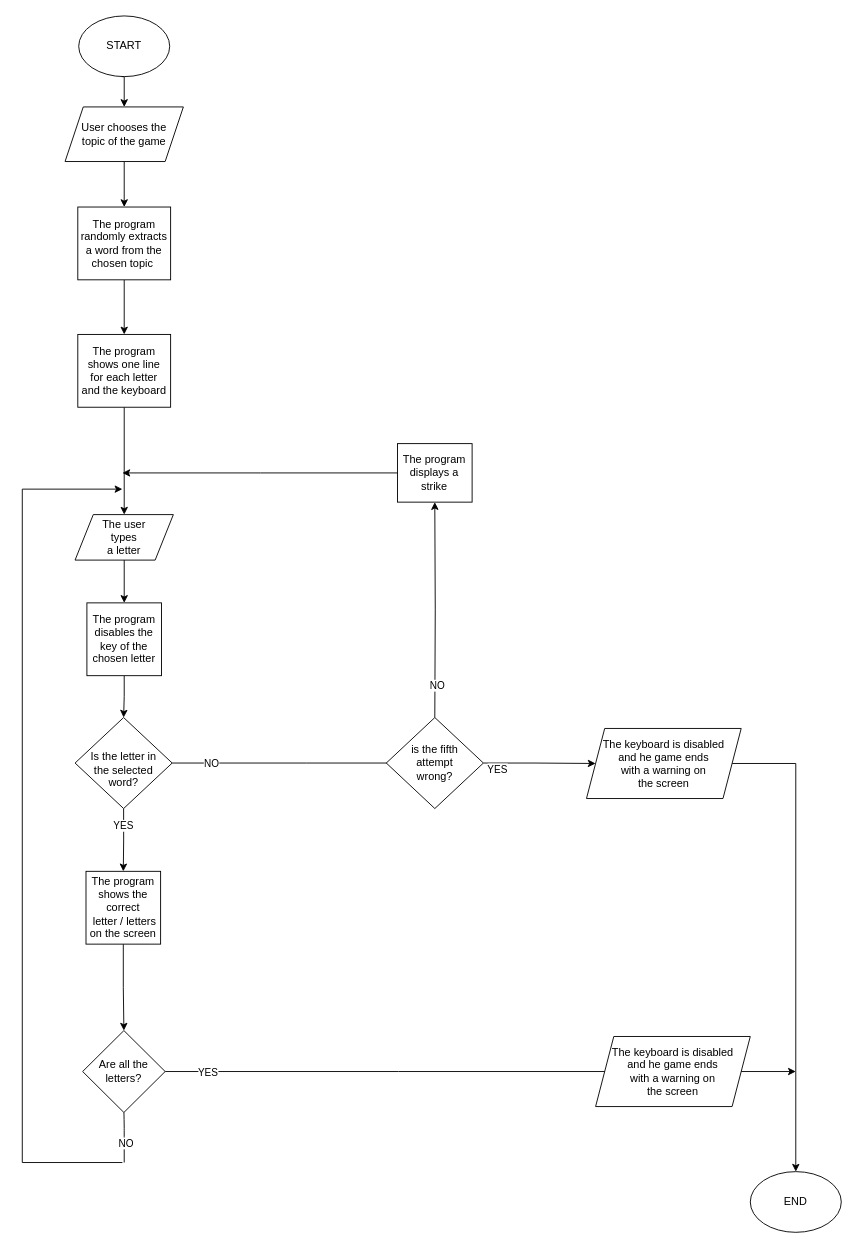
Before: assets/flowchart/Hangman_flowchart.drawio in DomenicoMassimoCavaglieri/hangman_game, a draw.io diagram. Source tidied: cells renumbered, new cells numbered last; positions are measured from the earlier drawing's top-left corner, leaving out a move shared by most shapes. Both pictures are drawn from the tidied source at 91%, with x=0, y=0 at pixel (22, 15).
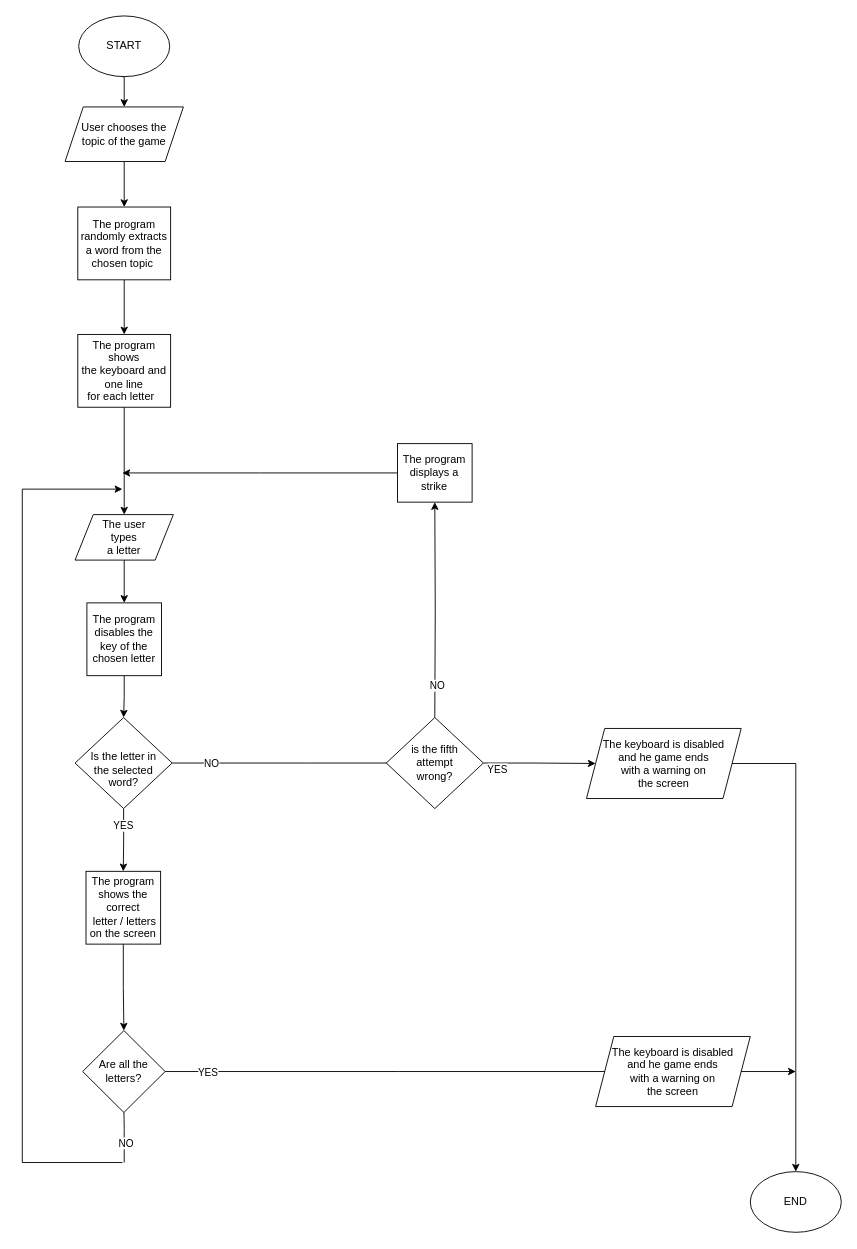
The same diagram, later.

What changed in the source:
```diff
@@
-    <mxCell id="7" value="The program shows one line &lt;br&gt;for each letter &lt;br&gt;and the keyboard" style="rounded=0;whiteSpace=wrap;html=1;" parent="1" vertex="1">
+    <mxCell id="7" value="The program shows &lt;br&gt;the keyboard and one line &lt;br&gt;for each letter &amp;nbsp;" style="rounded=0;whiteSpace=wrap;html=1;" parent="1" vertex="1">
       <mxGeometry x="61" y="350" width="102" height="80" as="geometry" />
     </mxCell>
```
